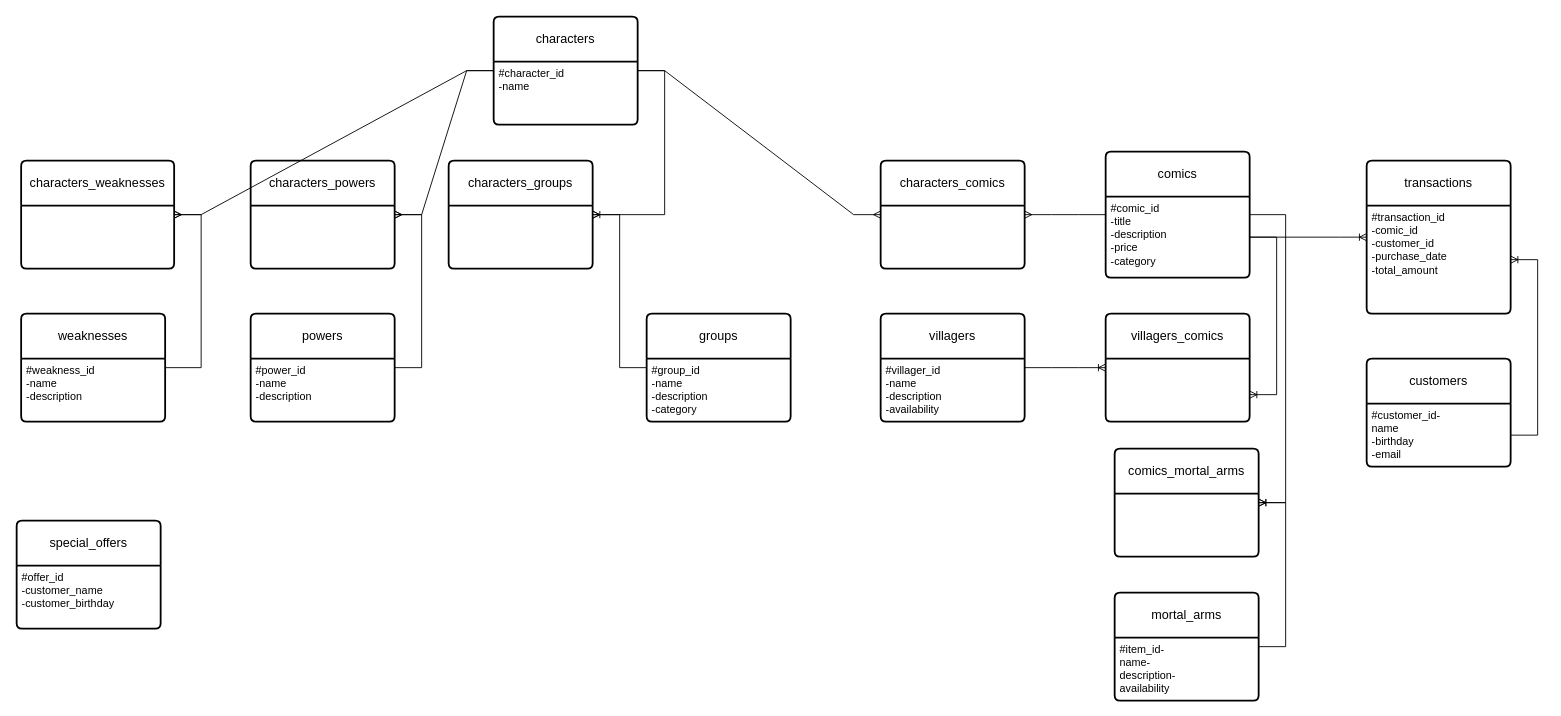
MateusLanzoni/FinalBasesDatos keeps this draw.io diagram as FinalPostgre.drawio. Above is the earlier version. Source tidied: cells renumbered, new cells numbered last; positions are measured from the earlier drawing's top-left corner, leaving out a move shared by most shapes. Both pictures are drawn from the tidied source at 90%, with x=0, y=0 at pixel (16, 16).
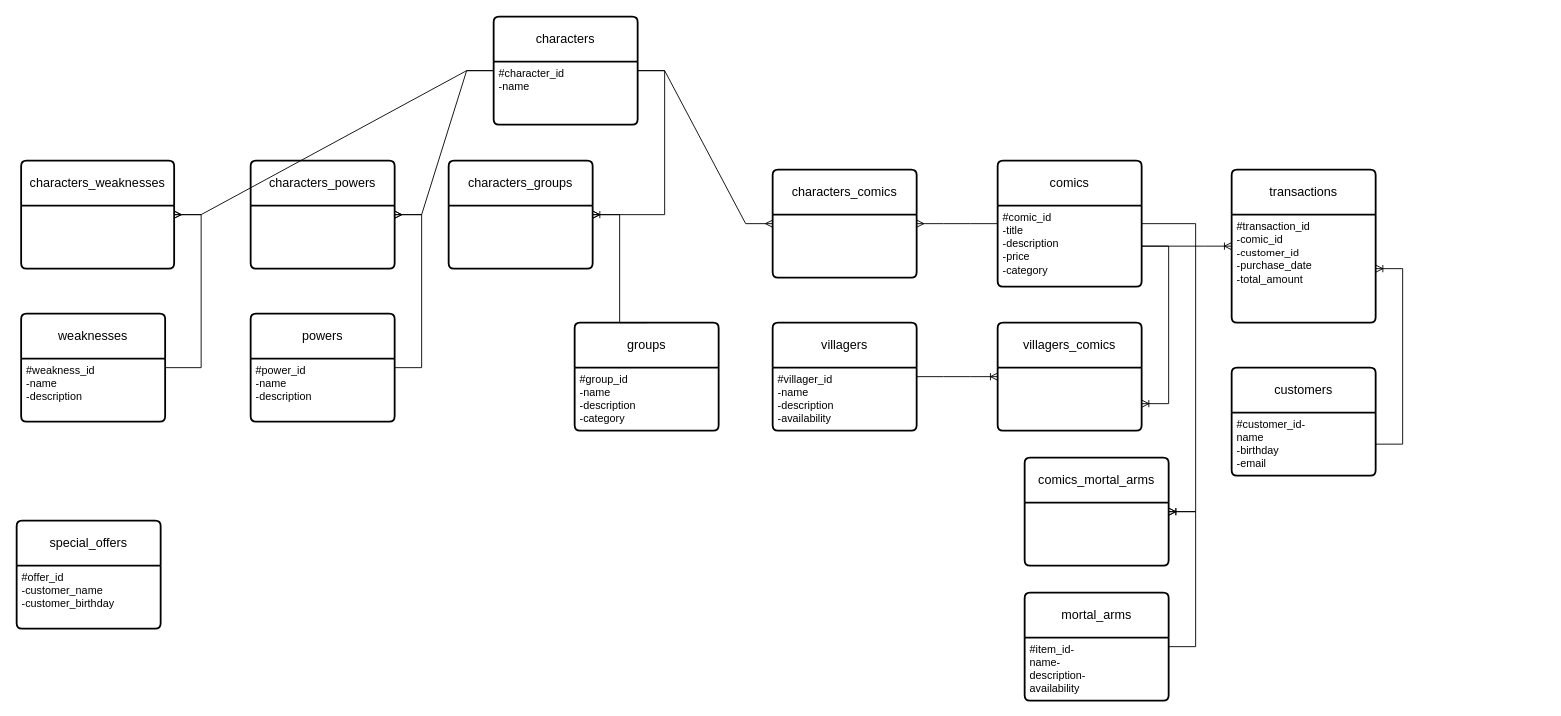
The same diagram, later.

Commit message:
Refactor database entries for improved naming consistency and clarity

Unchanged cells that the change refers to:
```xml
<mxCell id="22" value="characters_groups" style="swimlane;horizontal=1;startSize=50;rounded=1;fontSize=14;fontStyle=0;strokeWidth=2;shadow=0;dashed=0;align=center;arcSize=4;whiteSpace=wrap;html=1;" parent="1" vertex="1">
  <mxGeometry x="480" y="160" width="160" height="120" as="geometry" />
</mxCell>
```

Change to the diagram source:
```diff
@@
     <mxCell id="8" value="mortal_arms" style="swimlane;horizontal=1;startSize=50;rounded=1;fontSize=14;fontStyle=0;strokeWidth=2;shadow=0;dashed=0;align=center;arcSize=4;whiteSpace=wrap;html=1;" parent="1" vertex="1">
-      <mxGeometry x="1220" y="640" width="160" height="120" as="geometry" />
+      <mxGeometry x="1120" y="640" width="160" height="120" as="geometry" />
     </mxCell>
@@
     <mxCell id="10" value="groups" style="swimlane;horizontal=1;startSize=50;rounded=1;fontSize=14;fontStyle=0;strokeWidth=2;shadow=0;dashed=0;align=center;arcSize=4;whiteSpace=wrap;html=1;" parent="1" vertex="1">
-      <mxGeometry x="700" y="330" width="160" height="120" as="geometry" />
+      <mxGeometry x="620" y="340" width="160" height="120" as="geometry" />
     </mxCell>
@@
     <mxCell id="12" value="villagers" style="swimlane;horizontal=1;startSize=50;rounded=1;fontSize=14;fontStyle=0;strokeWidth=2;shadow=0;dashed=0;align=center;arcSize=4;whiteSpace=wrap;html=1;" parent="1" vertex="1">
-      <mxGeometry x="960" y="330" width="160" height="120" as="geometry" />
+      <mxGeometry x="840" y="340" width="160" height="120" as="geometry" />
     </mxCell>
@@
     <mxCell id="14" value="customers" style="swimlane;horizontal=1;startSize=50;rounded=1;fontSize=14;fontStyle=0;strokeWidth=2;shadow=0;dashed=0;align=center;arcSize=4;whiteSpace=wrap;html=1;" parent="1" vertex="1">
-      <mxGeometry x="1500" y="380" width="160" height="120" as="geometry" />
+      <mxGeometry x="1350" y="390" width="160" height="120" as="geometry" />
     </mxCell>
@@
     <mxCell id="16" value="comics" style="swimlane;horizontal=1;startSize=50;rounded=1;fontSize=14;fontStyle=0;strokeWidth=2;shadow=0;dashed=0;align=center;arcSize=4;whiteSpace=wrap;html=1;" parent="1" vertex="1">
-      <mxGeometry x="1210" y="150" width="160" height="140" as="geometry" />
+      <mxGeometry x="1090" y="160" width="160" height="140" as="geometry" />
     </mxCell>
@@
     <mxCell id="18" value="transactions" style="swimlane;horizontal=1;startSize=50;rounded=1;fontSize=14;fontStyle=0;strokeWidth=2;shadow=0;dashed=0;align=center;arcSize=4;whiteSpace=wrap;html=1;" parent="1" vertex="1">
-      <mxGeometry x="1500" y="160" width="160" height="170" as="geometry" />
+      <mxGeometry x="1350" y="170" width="160" height="170" as="geometry" />
     </mxCell>
@@
     <mxCell id="23" value="characters_comics" style="swimlane;horizontal=1;startSize=50;rounded=1;fontSize=14;fontStyle=0;strokeWidth=2;shadow=0;dashed=0;align=center;arcSize=4;whiteSpace=wrap;html=1;" parent="1" vertex="1">
-      <mxGeometry x="960" y="160" width="160" height="120" as="geometry" />
+      <mxGeometry x="840" y="170" width="160" height="120" as="geometry" />
     </mxCell>
@@
     <mxCell id="26" value="comics_mortal_arms" style="swimlane;horizontal=1;startSize=50;rounded=1;fontSize=14;fontStyle=0;strokeWidth=2;shadow=0;dashed=0;align=center;arcSize=4;whiteSpace=wrap;html=1;" parent="1" vertex="1">
-      <mxGeometry x="1220" y="480" width="160" height="120" as="geometry" />
+      <mxGeometry x="1120" y="490" width="160" height="120" as="geometry" />
     </mxCell>
@@
-    <mxCell id="32" style="edgeStyle=entityRelationEdgeStyle;fontSize=12;html=1;endArrow=ERoneToMany;rounded=0;" parent="1" edge="1" source="10" target="22">
+    <mxCell id="32" style="edgeStyle=entityRelationEdgeStyle;fontSize=12;html=1;endArrow=ERoneToMany;rounded=0;exitX=0.5;exitY=0;exitDx=0;exitDy=0;" parent="1" edge="1" source="10" target="22">
       <mxGeometry relative="1" as="geometry" />
     </mxCell>
@@
     <mxCell id="38" value="villagers_comics" style="swimlane;horizontal=1;startSize=50;rounded=1;fontSize=14;fontStyle=0;strokeWidth=2;shadow=0;dashed=0;align=center;arcSize=4;whiteSpace=wrap;html=1;" parent="1" vertex="1">
-      <mxGeometry x="1210" y="330" width="160" height="120" as="geometry" />
+      <mxGeometry x="1090" y="340" width="160" height="120" as="geometry" />
     </mxCell>
```
